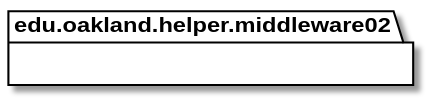
Before: docs/uml-class-diagrams/middleware02/helper/Middleware02HelperPackage_DirectDependencies.svg, a diagram exported from PlantUML (elilley15/csi-3370-software-project). The source it was exported from:
```plantuml
@startuml Middleware02HelperPackage_DirectDependencies

package edu.oakland.helper.middleware02 {

}


package edu.oakland.helper.middleware02 {

}


@enduml
```
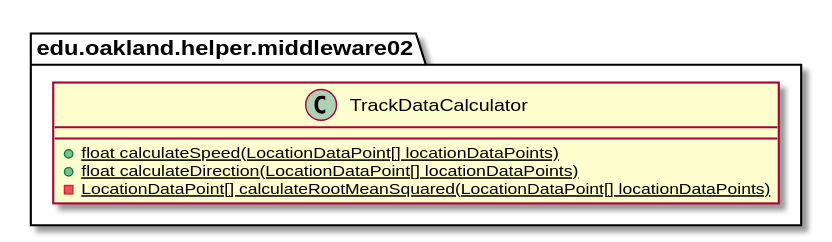
The same diagram one commit later.

The edit, as a diff of the source:
```diff
@@ -10,4 +10,17 @@
 }
 
 
+package edu.oakland.helper.middleware02 {
+    class TrackDataCalculator {
+        {static} + float calculateSpeed(LocationDataPoint[] locationDataPoints)
+        {static} + float calculateDirection(LocationDataPoint[] locationDataPoints)
+        {static} - LocationDataPoint[] calculateRootMeanSquared(LocationDataPoint[] locationDataPoints)
+    }
+}
+
+
+
+
+
+
 @enduml
```
